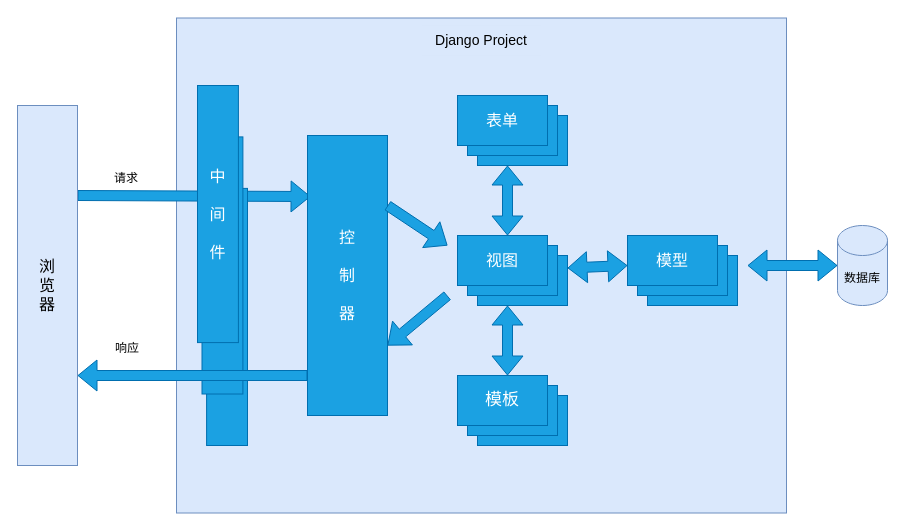
This is Draw.io/本科毕业设计/django框架图.drawio from Arete-FFF/PicGo, a draw.io file, before an edit. Source tidied: cells renumbered, new cells numbered last; positions are measured from the earlier drawing's top-left corner, leaving out a move shared by most shapes. Both pictures are drawn from the tidied source at 100%, with x=0, y=0 at pixel (17, 17).
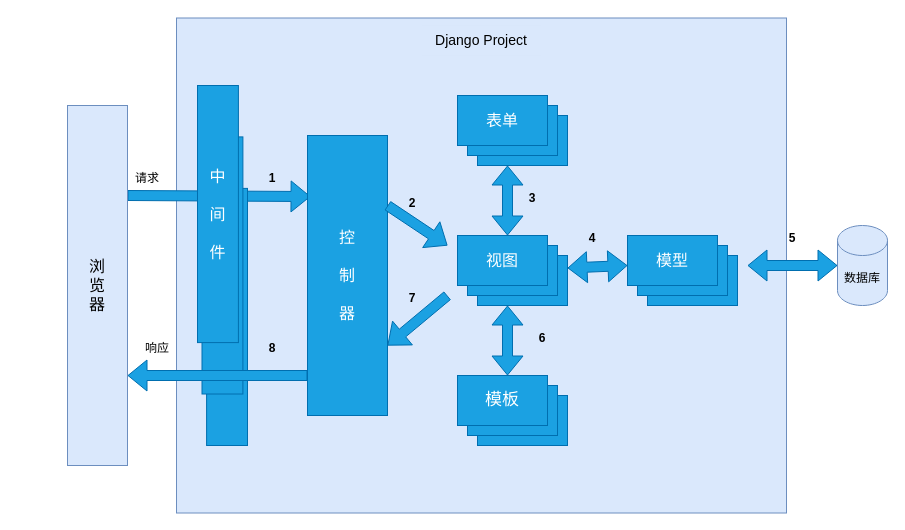
The same page after the edit.

Commit message (it also covers changes not shown here):
更新django框架图.drawio

Change to the diagram source:
```diff
@@
     <mxCell id="28" value="&lt;font face=&quot;宋体&quot; style=&quot;font-size: 16px;&quot;&gt;浏&lt;br style=&quot;&quot;&gt;览&lt;br style=&quot;&quot;&gt;器&lt;/font&gt;" style="rounded=0;whiteSpace=wrap;html=1;fillColor=#dae8fc;strokeColor=#6c8ebf;fontSize=11;" parent="1" vertex="1">
-      <mxGeometry y="88" width="60" height="360" as="geometry" />
+      <mxGeometry x="50" y="88" width="60" height="360" as="geometry" />
     </mxCell>
     <mxCell id="29" value="请求" style="rounded=0;whiteSpace=wrap;html=1;fillColor=none;strokeColor=none;" parent="1" vertex="1">
-      <mxGeometry x="59" y="148" width="100" height="25" as="geometry" />
+      <mxGeometry x="80" y="148" width="100" height="25" as="geometry" />
     </mxCell>
     <mxCell id="30" value="响应" style="rounded=0;whiteSpace=wrap;html=1;fillColor=none;strokeColor=none;" parent="1" vertex="1">
-      <mxGeometry x="60" y="318" width="100" height="25" as="geometry" />
+      <mxGeometry x="90" y="318" width="100" height="25" as="geometry" />
     </mxCell>
@@
+    <mxCell id="38" value="1" style="rounded=0;whiteSpace=wrap;html=1;fillColor=none;strokeColor=none;fontStyle=1;" parent="1" vertex="1">
+      <mxGeometry x="240" y="148" width="30" height="25" as="geometry" />
+    </mxCell>
+    <mxCell id="39" value="2" style="rounded=0;whiteSpace=wrap;html=1;fillColor=none;strokeColor=none;fontStyle=1;" parent="1" vertex="1">
+      <mxGeometry x="380" y="173" width="30" height="25" as="geometry" />
+    </mxCell>
+    <mxCell id="40" value="3" style="rounded=0;whiteSpace=wrap;html=1;fillColor=none;strokeColor=none;fontStyle=1;" parent="1" vertex="1">
+      <mxGeometry x="500" y="168" width="30" height="25" as="geometry" />
+    </mxCell>
+    <mxCell id="41" value="4" style="rounded=0;whiteSpace=wrap;html=1;fillColor=none;strokeColor=none;fontStyle=1;" parent="1" vertex="1">
+      <mxGeometry x="560" y="208" width="30" height="25" as="geometry" />
+    </mxCell>
+    <mxCell id="42" value="5" style="rounded=0;whiteSpace=wrap;html=1;fillColor=none;strokeColor=none;fontStyle=1;" parent="1" vertex="1">
+      <mxGeometry x="760" y="208" width="30" height="25" as="geometry" />
+    </mxCell>
+    <mxCell id="43" value="6" style="rounded=0;whiteSpace=wrap;html=1;fillColor=none;strokeColor=none;fontStyle=1;" parent="1" vertex="1">
+      <mxGeometry x="510" y="308" width="30" height="25" as="geometry" />
+    </mxCell>
+    <mxCell id="44" value="7" style="rounded=0;whiteSpace=wrap;html=1;fillColor=none;strokeColor=none;fontStyle=1;" parent="1" vertex="1">
+      <mxGeometry x="380" y="268" width="30" height="25" as="geometry" />
+    </mxCell>
+    <mxCell id="45" value="8" style="rounded=0;whiteSpace=wrap;html=1;fillColor=none;strokeColor=none;fontStyle=1;" parent="1" vertex="1">
+      <mxGeometry x="240" y="318" width="30" height="25" as="geometry" />
+    </mxCell>
```
